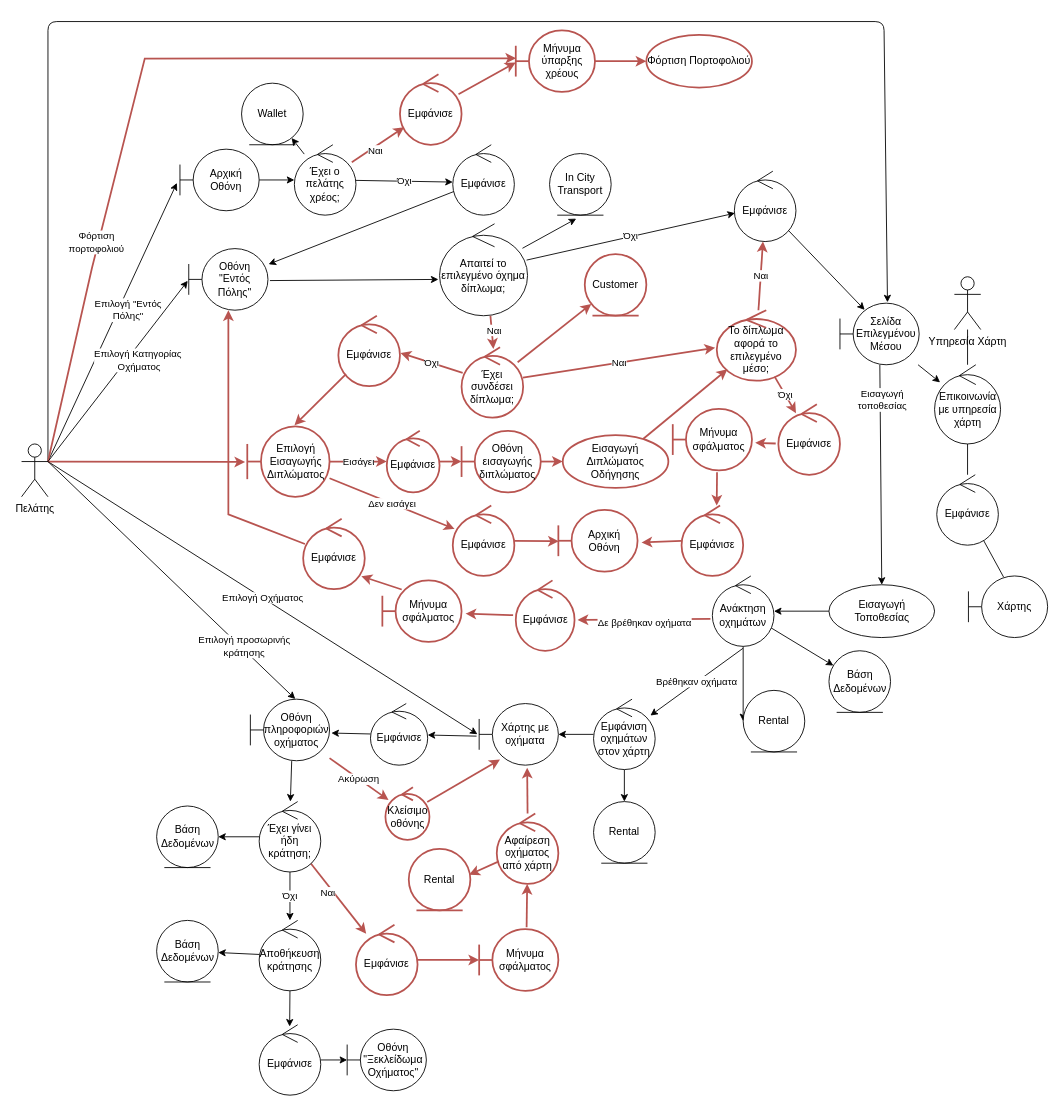
Nikolis2002/texnoligia_logismikou keeps this draw.io diagram as Part_2/Robustness/diagrams/01_Επιλογή_Μέσου_Μετακίνησης.drawio. Above is the earlier version. Source tidied: cells renumbered, new cells numbered last; positions are measured from the earlier drawing's top-left corner, leaving out a move shared by most shapes. Both pictures are drawn from the tidied source at 88%, with x=0, y=0 at pixel (21, 21).
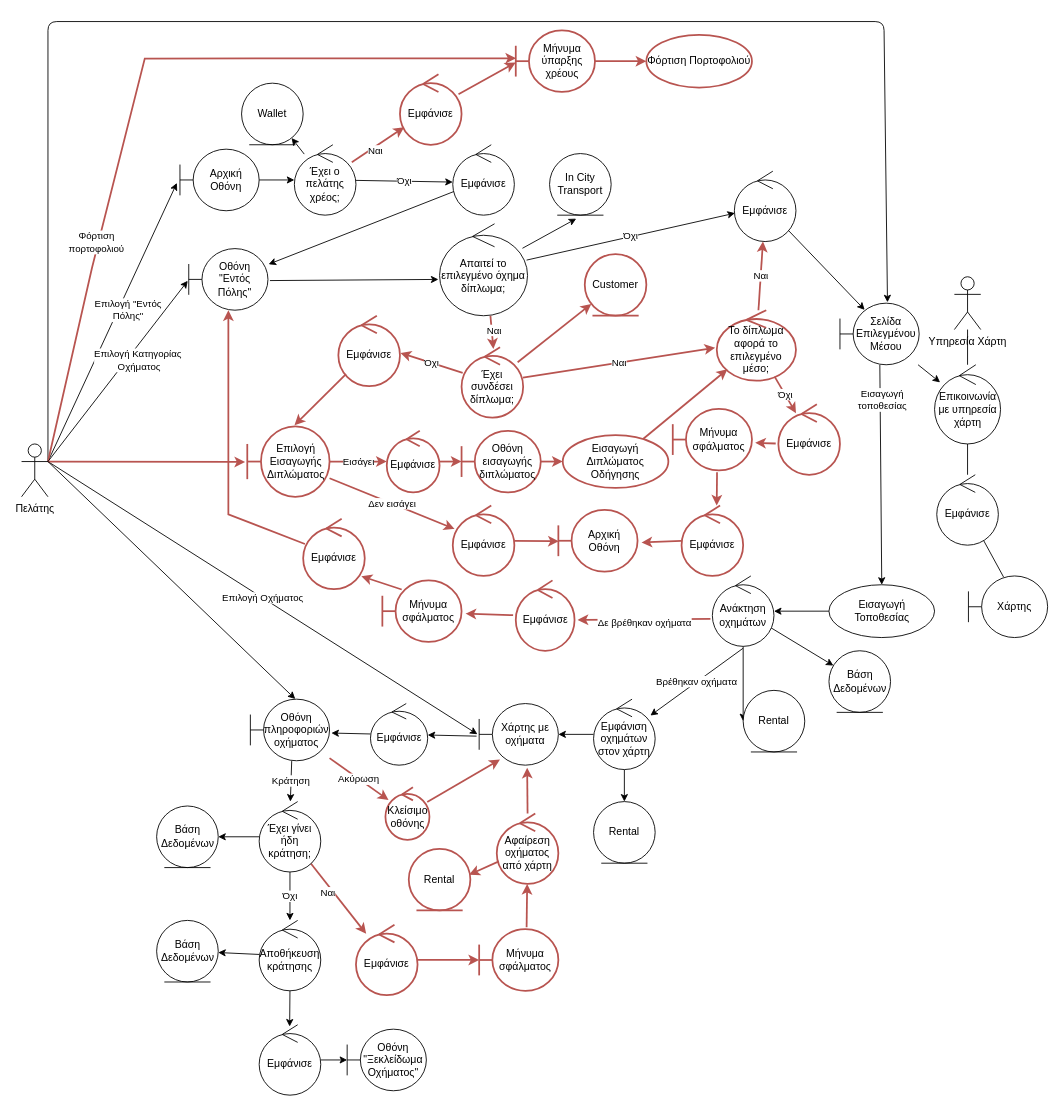
The same diagram, later.

Unchanged cells that the change refers to:
```xml
<mxCell id="46" value="Οθόνη πληροφοριών οχήματος" style="shape=umlBoundary;whiteSpace=wrap;html=1;" parent="1" vertex="1">
  <mxGeometry x="260" y="770" width="90" height="70" as="geometry" />
</mxCell>
<mxCell id="47" style="edgeStyle=none;rounded=0;jettySize=auto;html=1;exitX=1;exitY=0.3333333333333333;exitDx=0;exitDy=0;exitPerimeter=0;entryX=0.567;entryY=-0.002;entryDx=0;entryDy=0;entryPerimeter=0;" parent="1" edge="1" source="11" target="46">
  <mxGeometry relative="1" as="geometry" />
</mxCell>
<mxCell id="53" value="Έχει γίνει ήδη κράτηση;" style="ellipse;shape=umlControl;whiteSpace=wrap;html=1;" parent="1" vertex="1">
  <mxGeometry x="270" y="886.4" width="70" height="80" as="geometry" />
</mxCell>
```

Change to the diagram source:
```diff
@@
-    <mxCell id="44" style="edgeStyle=none;rounded=0;jettySize=auto;html=1;exitX=0.522;exitY=1.005;exitDx=0;exitDy=0;exitPerimeter=0;" parent="1" edge="1" source="46" target="53">
+    <mxCell id="44" value="Κράτηση" style="edgeStyle=none;rounded=0;jettySize=auto;html=1;exitX=0.522;exitY=1.005;exitDx=0;exitDy=0;exitPerimeter=0;" parent="1" edge="1" source="46" target="53">
       <mxGeometry relative="1" as="geometry" />
     </mxCell>
@@
-    <mxCell id="48" value="Επιλογή προσωρινής&lt;br&gt;κράτησης" style="edgeLabel;html=1;align=center;verticalAlign=middle;" parent="47" vertex="1">
-      <mxGeometry x="0.57" y="3" relative="1" as="geometry" />
-    </mxCell>
```
